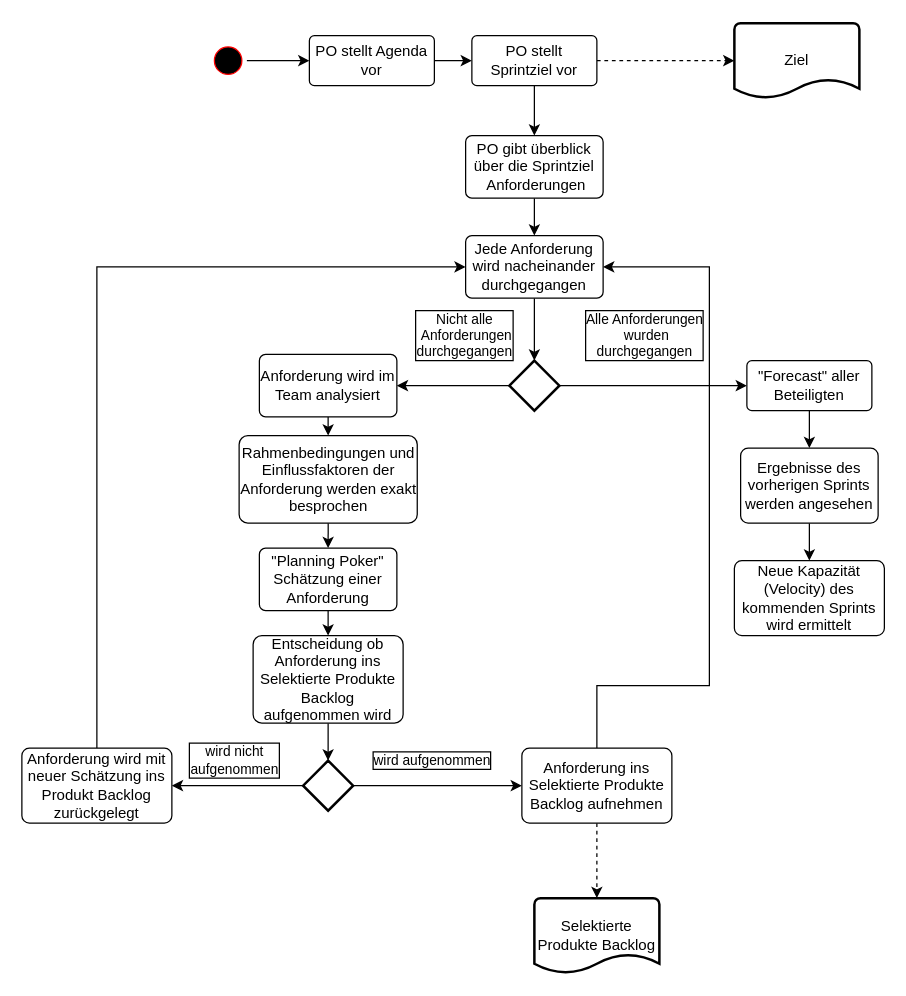
Earlier version of the draw.io diagram aktivitätsdiagramm.drawio (LoganOfDoom/se1_hbrs_pp). Source tidied: cells renumbered, new cells numbered last; positions are measured from the earlier drawing's top-left corner, leaving out a move shared by most shapes. Both pictures are drawn from the tidied source at 125%, with x=0, y=0 at pixel (21, 22).
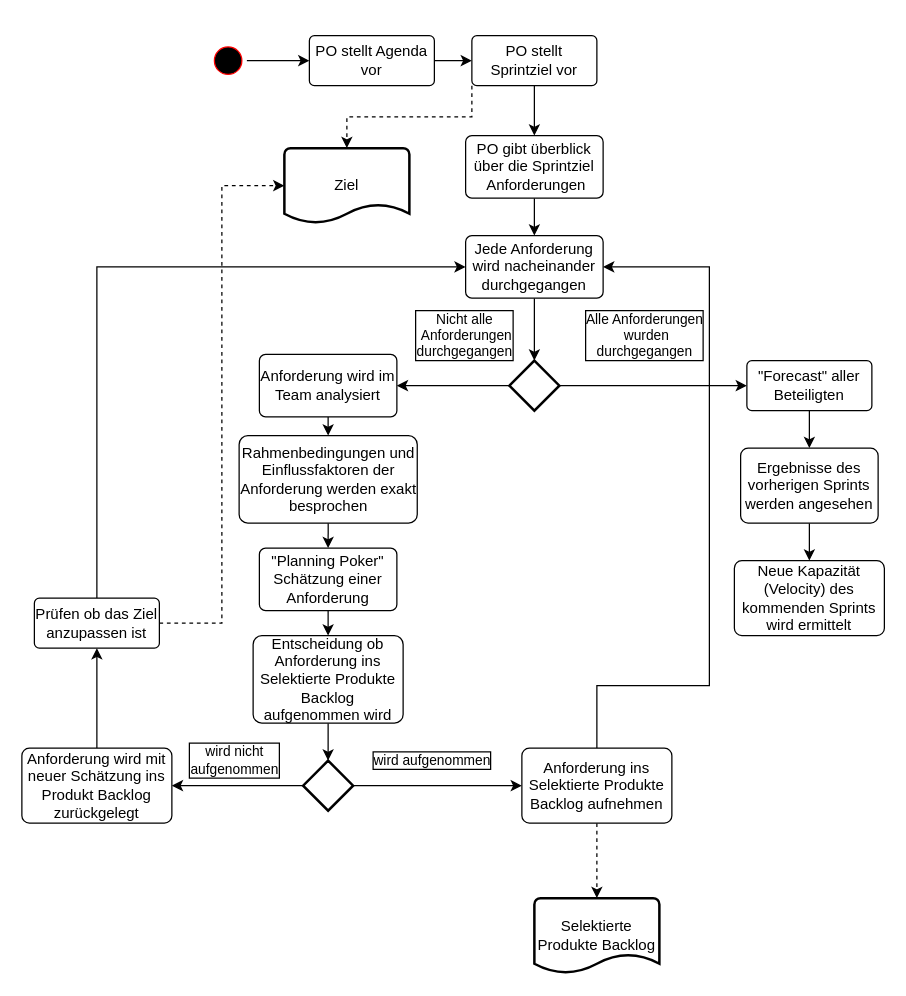
The same page after the edit.

Unchanged cells that the change refers to:
```xml
<mxCell id="8" value="PO stellt Sprintziel vor" style="rounded=1;arcSize=10;whiteSpace=wrap;html=1;align=center;" parent="1" vertex="1">
  <mxGeometry x="360" y="10" width="100" height="40" as="geometry" />
</mxCell>
<mxCell id="12" value="Jede Anforderung wird nacheinander durchgegangen&lt;br&gt;" style="rounded=1;arcSize=10;whiteSpace=wrap;html=1;align=center;" parent="1" vertex="1">
  <mxGeometry x="355" y="170" width="110" height="50" as="geometry" />
</mxCell>
<mxCell id="29" value="Anforderung wird mit neuer Schätzung ins Produkt Backlog zurückgelegt" style="rounded=1;arcSize=10;whiteSpace=wrap;html=1;align=center;" parent="1" vertex="1">
  <mxGeometry y="580" width="120" height="60" as="geometry" />
</mxCell>
```

What changed in the source:
```diff
@@
-    <mxCell id="7" style="edgeStyle=orthogonalEdgeStyle;rounded=0;jettySize=auto;html=1;exitX=1;exitY=0.5;exitDx=0;exitDy=0;entryX=0;entryY=0.5;entryDx=0;entryDy=0;entryPerimeter=0;dashed=1;labelBackgroundColor=none;labelBorderColor=default;strokeColor=#000000;" parent="1" edge="1" source="8" target="35">
+    <mxCell id="7" style="edgeStyle=orthogonalEdgeStyle;rounded=0;jettySize=auto;html=1;exitX=0;exitY=1;exitDx=0;exitDy=0;entryX=0.5;entryY=0;entryDx=0;entryDy=0;entryPerimeter=0;labelBackgroundColor=none;labelBorderColor=default;strokeColor=#000000;dashed=1;" parent="1" edge="1" source="8" target="35">
       <mxGeometry relative="1" as="geometry" />
     </mxCell>
@@
-    <mxCell id="28" style="edgeStyle=orthogonalEdgeStyle;rounded=0;jettySize=auto;html=1;exitX=0.5;exitY=0;exitDx=0;exitDy=0;entryX=0;entryY=0.5;entryDx=0;entryDy=0;labelBackgroundColor=none;labelBorderColor=default;strokeColor=#000000;" parent="1" edge="1" source="29" target="12">
-      <mxGeometry relative="1" as="geometry" />
-    </mxCell>
+    <mxCell id="39" style="edgeStyle=orthogonalEdgeStyle;rounded=0;jettySize=auto;html=1;exitX=0.5;exitY=0;exitDx=0;exitDy=0;entryX=0.5;entryY=1;entryDx=0;entryDy=0;labelBackgroundColor=none;labelBorderColor=default;strokeColor=#000000;" parent="1" edge="1" source="29" target="42">
+      <mxGeometry relative="1" as="geometry" />
+    </mxCell>
@@
     <mxCell id="35" value="Ziel" style="strokeWidth=2;html=1;shape=mxgraph.flowchart.document2;whiteSpace=wrap;size=0.25;" parent="1" vertex="1">
-      <mxGeometry x="570" width="100" height="60" as="geometry" />
+      <mxGeometry x="210" y="100" width="100" height="60" as="geometry" />
     </mxCell>
@@
+    <mxCell id="40" style="edgeStyle=orthogonalEdgeStyle;rounded=0;jettySize=auto;html=1;exitX=0.5;exitY=0;exitDx=0;exitDy=0;entryX=0;entryY=0.5;entryDx=0;entryDy=0;labelBackgroundColor=none;labelBorderColor=default;strokeColor=#000000;" parent="1" edge="1" source="42" target="12">
+      <mxGeometry relative="1" as="geometry" />
+    </mxCell>
+    <mxCell id="41" style="edgeStyle=orthogonalEdgeStyle;rounded=0;jettySize=auto;html=1;exitX=1;exitY=0.5;exitDx=0;exitDy=0;entryX=0;entryY=0.5;entryDx=0;entryDy=0;entryPerimeter=0;dashed=1;labelBackgroundColor=none;labelBorderColor=default;strokeColor=#000000;" parent="1" edge="1" source="42" target="35">
+      <mxGeometry relative="1" as="geometry" />
+    </mxCell>
+    <mxCell id="42" value="Prüfen ob das Ziel anzupassen ist" style="rounded=1;arcSize=10;whiteSpace=wrap;html=1;align=center;" parent="1" vertex="1">
+      <mxGeometry x="10" y="460" width="100" height="40" as="geometry" />
+    </mxCell>
```
